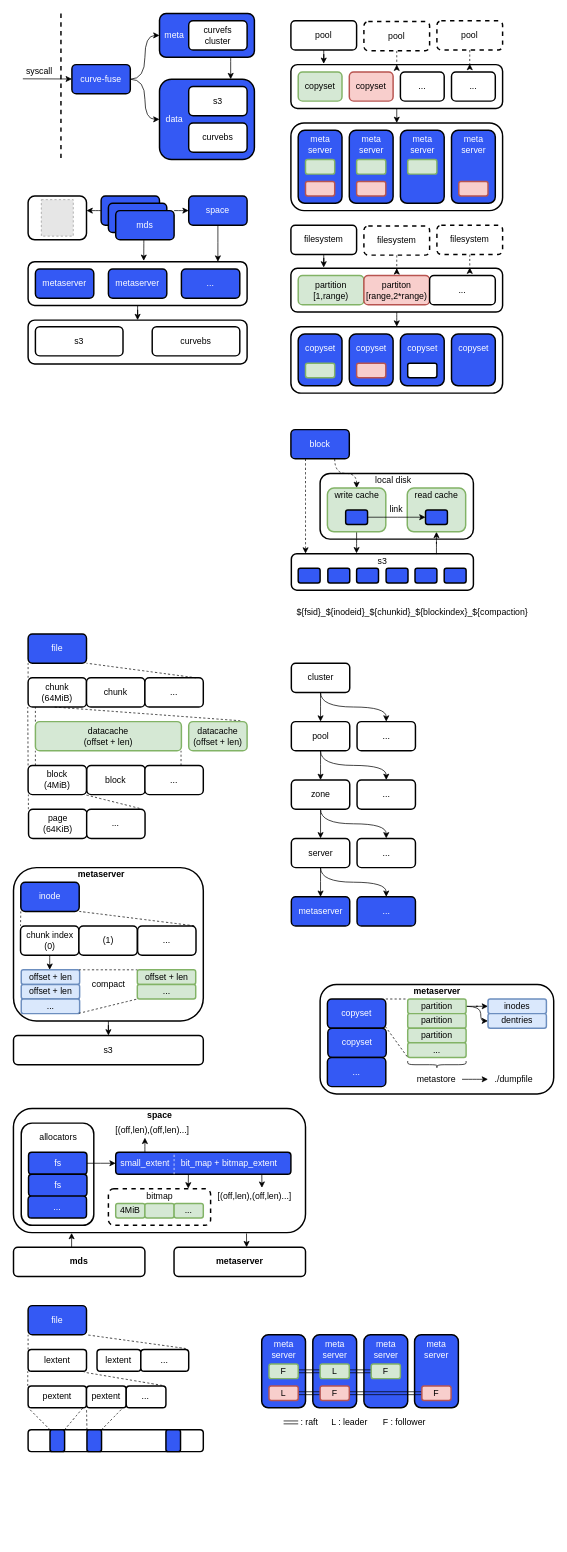
Above: page "curvefs" (1 of 2) of curve/curve.drawio in EarthWind/deeparch (draw.io), before the change. Source tidied: cells renumbered, new cells numbered last; positions are measured from the earlier drawing's top-left corner, leaving out a move shared by most shapes. Both pictures are drawn from the tidied source at 73%, with x=0, y=0 at pixel (13, 13). Pictures stored in the file or linked from it are replaced by grey dashed boxes.
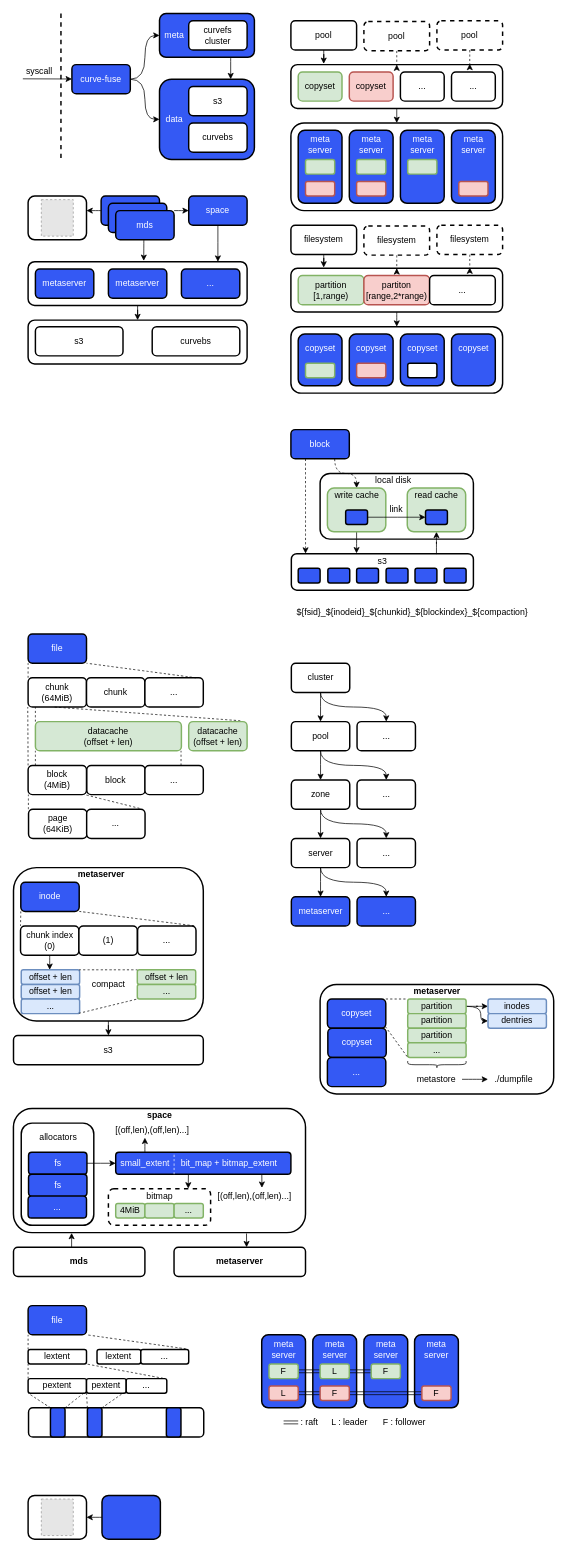
The same page after the edit.

What changed in the source:
```diff
@@
     <mxCell id="193" value="lextent" style="rounded=1;whiteSpace=wrap;html=1;strokeWidth=2;fillWeight=1;hachureGap=4;hachureAngle=45;sketch=0;shadow=0;" parent="1" vertex="1">
-      <mxGeometry x="20" y="1830" width="80" height="30" as="geometry" />
+      <mxGeometry x="20" y="1830" width="80" height="20" as="geometry" />
     </mxCell>
     <mxCell id="194" value="lextent" style="rounded=1;whiteSpace=wrap;html=1;strokeWidth=2;fillWeight=1;hachureGap=4;hachureAngle=45;sketch=0;shadow=0;" parent="1" vertex="1">
-      <mxGeometry x="114.4" y="1830" width="60" height="30" as="geometry" />
+      <mxGeometry x="114.4" y="1830" width="60" height="20" as="geometry" />
     </mxCell>
     <mxCell id="195" value="..." style="rounded=1;whiteSpace=wrap;html=1;strokeWidth=2;fillWeight=1;hachureGap=4;hachureAngle=45;sketch=0;shadow=0;" parent="1" vertex="1">
-      <mxGeometry x="174.4" y="1830" width="65.6" height="30" as="geometry" />
+      <mxGeometry x="174.4" y="1830" width="65.6" height="20" as="geometry" />
     </mxCell>
@@
     <mxCell id="198" value="pextent" style="rounded=1;whiteSpace=wrap;html=1;strokeWidth=2;fillWeight=1;hachureGap=4;hachureAngle=45;sketch=0;shadow=0;" parent="1" vertex="1">
-      <mxGeometry x="20" y="1880" width="80" height="30" as="geometry" />
+      <mxGeometry x="20" y="1870" width="80" height="20" as="geometry" />
     </mxCell>
     <mxCell id="199" value="pextent" style="rounded=1;whiteSpace=wrap;html=1;strokeWidth=2;fillWeight=1;hachureGap=4;hachureAngle=45;sketch=0;shadow=0;" parent="1" vertex="1">
-      <mxGeometry x="100" y="1880" width="54.4" height="30" as="geometry" />
+      <mxGeometry x="100" y="1870" width="54.4" height="20" as="geometry" />
     </mxCell>
     <mxCell id="200" value="..." style="rounded=1;whiteSpace=wrap;html=1;strokeWidth=2;fillWeight=1;hachureGap=4;hachureAngle=45;sketch=0;shadow=0;" parent="1" vertex="1">
-      <mxGeometry x="154.4" y="1880" width="54.4" height="30" as="geometry" />
+      <mxGeometry x="154.4" y="1870" width="55.6" height="20" as="geometry" />
     </mxCell>
     <mxCell id="201" style="endArrow=none;dashed=1;html=1;rounded=0;sketch=0;fontColor=#FFFFFF;curved=1;" parent="1" edge="1">
       <mxGeometry relative="1" as="geometry">
-        <mxPoint x="19.5" y="1880" as="sourcePoint" />
-        <mxPoint x="19.5" y="1860" as="targetPoint" />
+        <mxPoint x="20" y="1870" as="sourcePoint" />
+        <mxPoint x="20" y="1850" as="targetPoint" />
       </mxGeometry>
     </mxCell>
-    <mxCell id="202" style="endArrow=none;dashed=1;html=1;rounded=0;sketch=0;fontColor=#FFFFFF;curved=1;exitX=0.904;exitY=-0.024;exitDx=0;exitDy=0;exitPerimeter=0;" parent="1" edge="1" source="200">
-      <mxGeometry relative="1" as="geometry">
-        <mxPoint x="96.4" y="1861.2" as="targetPoint" />
-      </mxGeometry>
+    <mxCell id="202" style="endArrow=none;dashed=1;html=1;rounded=0;sketch=0;fontColor=#FFFFFF;curved=1;exitX=0.904;exitY=-0.024;exitDx=0;exitDy=0;exitPerimeter=0;entryX=1;entryY=1;entryDx=0;entryDy=0;" parent="1" edge="1" source="200" target="193">
+      <mxGeometry relative="1" as="geometry" />
     </mxCell>
     <mxCell id="203" style="rounded=1;whiteSpace=wrap;html=1;strokeWidth=2;fillWeight=1;hachureGap=4;hachureAngle=45;sketch=0;shadow=0;" parent="1" vertex="1">
-      <mxGeometry x="20" y="1940" width="240" height="30" as="geometry" />
+      <mxGeometry x="20.6" y="1910" width="240" height="40" as="geometry" />
     </mxCell>
     <mxCell id="204" style="rounded=1;whiteSpace=wrap;html=1;strokeWidth=2;fillWeight=1;hachureGap=4;hachureAngle=45;sketch=0;shadow=0;fillColor=#3459F4;" parent="1" vertex="1">
-      <mxGeometry x="50" y="1940" width="20" height="30" as="geometry" />
+      <mxGeometry x="50.6" y="1910" width="20" height="40" as="geometry" />
     </mxCell>
     <mxCell id="205" style="rounded=1;whiteSpace=wrap;html=1;strokeWidth=2;fillWeight=1;hachureGap=4;hachureAngle=45;sketch=0;shadow=0;fillColor=#3459F4;" parent="1" vertex="1">
-      <mxGeometry x="100.6" y="1940" width="20" height="30" as="geometry" />
+      <mxGeometry x="101.2" y="1910" width="20" height="40" as="geometry" />
     </mxCell>
     <mxCell id="206" style="rounded=1;whiteSpace=wrap;html=1;strokeWidth=2;fillWeight=1;hachureGap=4;hachureAngle=45;sketch=0;shadow=0;fillColor=#3459F4;" parent="1" vertex="1">
-      <mxGeometry x="208.8" y="1940" width="20" height="30" as="geometry" />
+      <mxGeometry x="209.4" y="1910" width="20" height="40" as="geometry" />
     </mxCell>
@@
-    <mxCell id="208" style="endArrow=none;dashed=1;html=1;rounded=0;sketch=0;fontColor=#FFFFFF;curved=1;" parent="1" edge="1">
+    <mxCell id="208" style="endArrow=none;dashed=1;html=1;rounded=0;sketch=0;fontColor=#FFFFFF;curved=1;exitX=1;exitY=0;exitDx=0;exitDy=0;" parent="1" edge="1" source="204">
       <mxGeometry relative="1" as="geometry">
-        <mxPoint x="70" y="1940" as="sourcePoint" />
-        <mxPoint x="96" y="1909" as="targetPoint" />
+        <mxPoint x="96" y="1890" as="targetPoint" />
       </mxGeometry>
     </mxCell>
@@
+    <mxCell id="252" style="edgeStyle=orthogonalEdgeStyle;curved=1;rounded=0;sketch=0;jettySize=auto;html=1;fontColor=#FFFFFF;exitX=0;exitY=0.5;exitDx=0;exitDy=0;" parent="1" edge="1" source="256">
+      <mxGeometry relative="1" as="geometry">
+        <mxPoint x="100" y="2060" as="targetPoint" />
+      </mxGeometry>
+    </mxCell>
+    <mxCell id="253" style="group;" parent="1" vertex="1">
+      <mxGeometry x="20" y="2030" width="80" height="60" as="geometry" />
+    </mxCell>
+    <mxCell id="254" style="rounded=1;whiteSpace=wrap;html=1;strokeWidth=2;fillWeight=1;hachureGap=4;hachureAngle=45;sketch=0;shadow=0;" parent="253" vertex="1">
+      <mxGeometry width="80" height="60" as="geometry" />
+    </mxCell>
+    <mxCell id="255" style="fillColor=#E6E6E6;strokeColor=#999999;dashed=1;verticalLabelPosition=bottom;labelBackgroundColor=default;verticalAlign=top;" parent="253" vertex="1">
+      <mxGeometry x="18.1" y="5" width="43.8" height="50" as="geometry" />
+    </mxCell>
+    <mxCell id="256" style="rounded=1;whiteSpace=wrap;html=1;strokeWidth=2;fillWeight=1;hachureGap=4;hachureAngle=45;fillColor=#3459F4;sketch=0;shadow=0;fontColor=#FFFFFF;" parent="1" vertex="1">
+      <mxGeometry x="121.2" y="2030" width="80" height="60" as="geometry" />
+    </mxCell>
```
